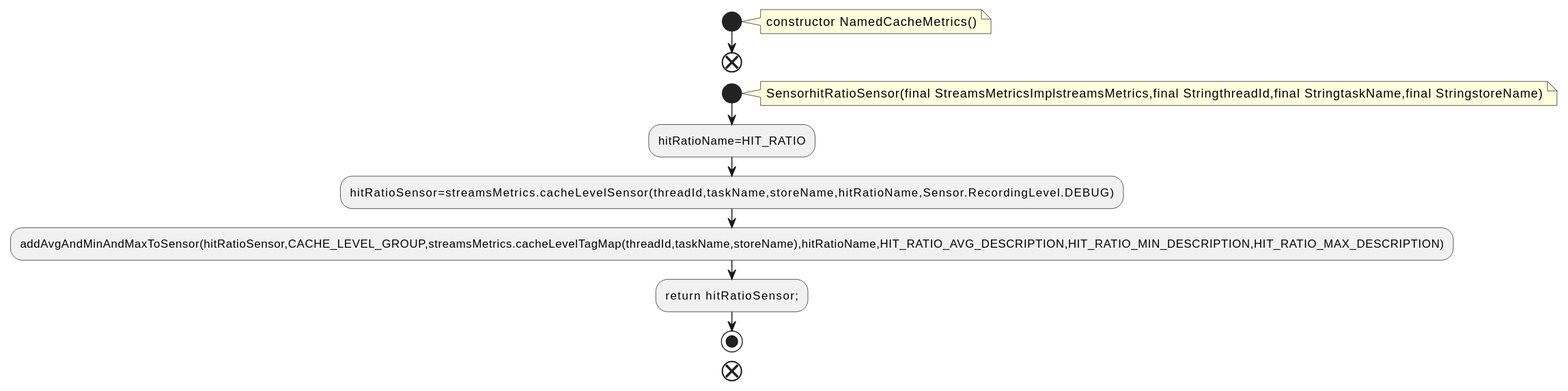
Earlier version of the PlantUML export docs/qc/streams/src/main/java/org/apache/kafka/streams/state/internals/metrics/NamedCacheMetrics.java.fct.svg (qualitesys/kafka). Its diagram source:
```plantuml
@startuml
!pragma layout smetana
start
note right
constructor NamedCacheMetrics()
end note
end
start
note right
SensorhitRatioSensor(final StreamsMetricsImplstreamsMetrics,final StringthreadId,final StringtaskName,final StringstoreName)
end note
:hitRatioName=HIT_RATIO;
:hitRatioSensor=streamsMetrics.cacheLevelSensor(threadId,taskName,storeName,hitRatioName,Sensor.RecordingLevel.DEBUG);
:addAvgAndMinAndMaxToSensor(hitRatioSensor,CACHE_LEVEL_GROUP,streamsMetrics.cacheLevelTagMap(threadId,taskName,storeName),hitRatioName,HIT_RATIO_AVG_DESCRIPTION,HIT_RATIO_MIN_DESCRIPTION,HIT_RATIO_MAX_DESCRIPTION);
:return hitRatioSensor;;
stop
end
@enduml
```
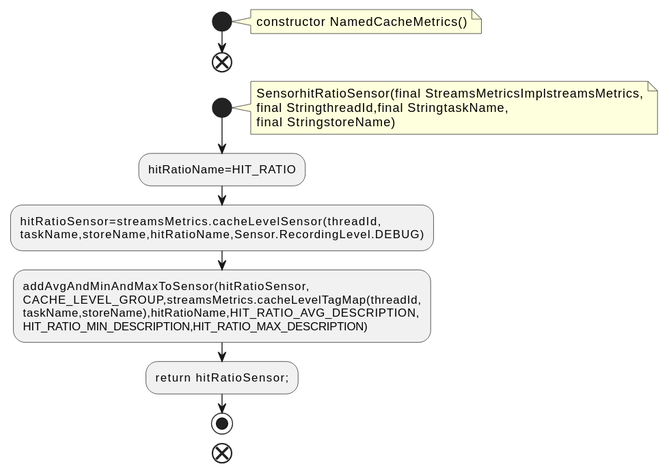
The same file after the commit.

Change to the diagram source:
```diff
@@ -7,11 +7,17 @@
 end
 start
 note right
-SensorhitRatioSensor(final StreamsMetricsImplstreamsMetrics,final StringthreadId,final StringtaskName,final StringstoreName)
+SensorhitRatioSensor(final StreamsMetricsImplstreamsMetrics,
+final StringthreadId,final StringtaskName,
+final StringstoreName)
 end note
 :hitRatioName=HIT_RATIO;
-:hitRatioSensor=streamsMetrics.cacheLevelSensor(threadId,taskName,storeName,hitRatioName,Sensor.RecordingLevel.DEBUG);
-:addAvgAndMinAndMaxToSensor(hitRatioSensor,CACHE_LEVEL_GROUP,streamsMetrics.cacheLevelTagMap(threadId,taskName,storeName),hitRatioName,HIT_RATIO_AVG_DESCRIPTION,HIT_RATIO_MIN_DESCRIPTION,HIT_RATIO_MAX_DESCRIPTION);
+:hitRatioSensor=streamsMetrics.cacheLevelSensor(threadId,
+taskName,storeName,hitRatioName,Sensor.RecordingLevel.DEBUG);
+:addAvgAndMinAndMaxToSensor(hitRatioSensor,
+CACHE_LEVEL_GROUP,streamsMetrics.cacheLevelTagMap(threadId,
+taskName,storeName),hitRatioName,HIT_RATIO_AVG_DESCRIPTION,
+HIT_RATIO_MIN_DESCRIPTION,HIT_RATIO_MAX_DESCRIPTION);
 :return hitRatioSensor;;
 stop
 end
```
